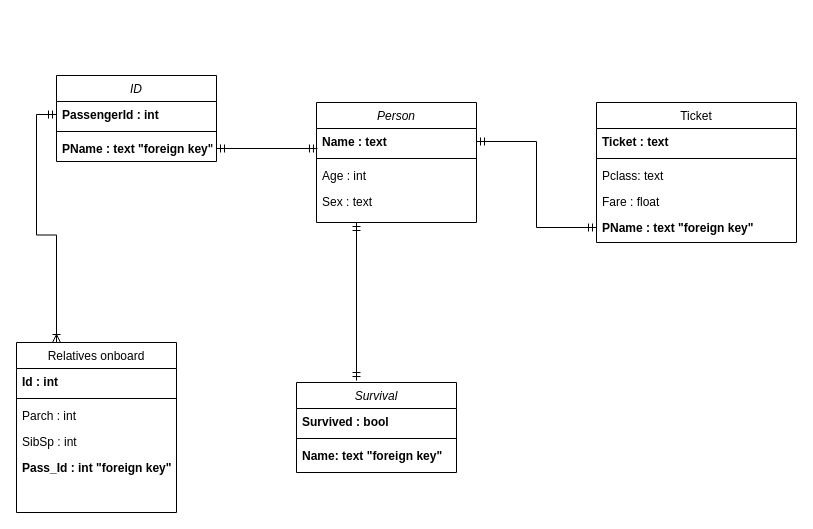
The draw.io diagram Ешефтшс.drawio in ivankondratyev/AI_Arch_IU, before the edit. Source tidied: cells renumbered, new cells numbered last; positions are measured from the earlier drawing's top-left corner, leaving out a move shared by most shapes. Both pictures are drawn from the tidied source at 100%, with x=0, y=0 at pixel (16, 75).
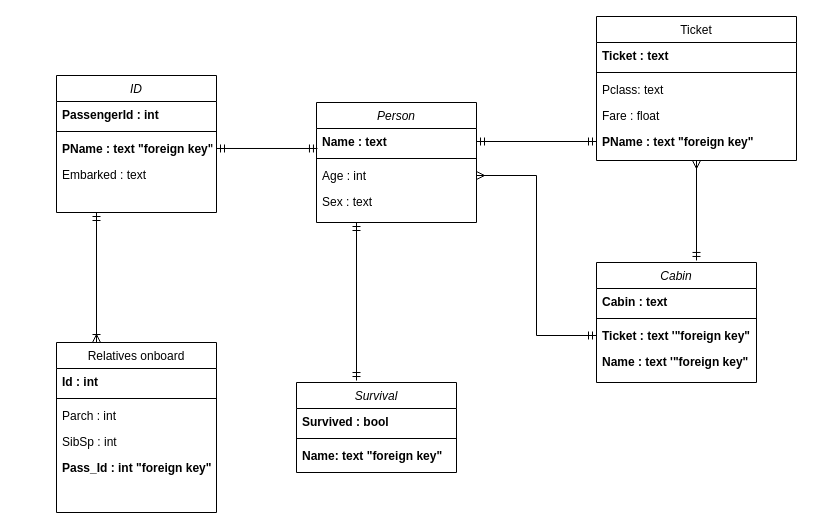
The same page after the edit.

Unchanged cells that the change refers to:
```xml
<mxCell id="6" value="Age : int" style="text;align=left;verticalAlign=top;spacingLeft=4;spacingRight=4;overflow=hidden;points=[[0,0.5],[1,0.5]];portConstraint=eastwest;rounded=0;shadow=0;html=0;" parent="3" vertex="1">
  <mxGeometry y="60" width="160" height="26" as="geometry" />
</mxCell>
<mxCell id="21" value="PassengerId : int" style="text;align=left;verticalAlign=top;spacingLeft=4;spacingRight=4;overflow=hidden;points=[[0,0.5],[1,0.5]];portConstraint=eastwest;rounded=0;shadow=0;html=0;fontStyle=1;" parent="20" vertex="1">
  <mxGeometry y="26" width="160" height="26" as="geometry" />
</mxCell>
```

What changed in the source:
```diff
@@
     <mxCell id="8" value="Relatives onboard" style="swimlane;fontStyle=0;align=center;verticalAlign=top;horizontal=1;startSize=26;rounded=0;shadow=0;strokeWidth=1;" parent="1" vertex="1">
-      <mxGeometry y="267" width="160" height="170" as="geometry" />
+      <mxGeometry x="40" y="267" width="160" height="170" as="geometry" />
     </mxCell>
@@
+    <mxCell id="31" style="edgeStyle=orthogonalEdgeStyle;rounded=0;jettySize=auto;html=1;exitX=0.5;exitY=1;exitDx=0;exitDy=0;entryX=0.625;entryY=-0.017;entryDx=0;entryDy=0;entryPerimeter=0;startArrow=ERmany;startFill=0;endArrow=ERmandOne;endFill=0;" parent="1" edge="1" source="14" target="33">
+      <mxGeometry relative="1" as="geometry" />
+    </mxCell>
     <mxCell id="14" value="Ticket" style="swimlane;fontStyle=0;align=center;verticalAlign=top;horizontal=1;startSize=26;rounded=0;shadow=0;strokeWidth=1;" parent="1" vertex="1">
-      <mxGeometry x="580" y="27" width="200" height="140" as="geometry" />
+      <mxGeometry x="580" y="-59" width="200" height="144" as="geometry" />
     </mxCell>
@@
     <mxCell id="20" value="ID" style="swimlane;fontStyle=2;align=center;verticalAlign=top;horizontal=1;startSize=26;rounded=0;shadow=0;strokeWidth=1;" parent="1" vertex="1">
-      <mxGeometry x="40" width="160" height="86" as="geometry" />
+      <mxGeometry x="40" width="160" height="137" as="geometry" />
     </mxCell>
@@
+    <mxCell id="32" value="Embarked : text" style="text;align=left;verticalAlign=top;spacingLeft=4;spacingRight=4;overflow=hidden;fontStyle=0;" parent="20" vertex="1">
+      <mxGeometry y="86" width="160" height="26" as="geometry" />
+    </mxCell>
@@
-    <mxCell id="29" style="edgeStyle=orthogonalEdgeStyle;rounded=0;jettySize=auto;html=1;exitX=0;exitY=0.5;exitDx=0;exitDy=0;entryX=0.25;entryY=0;entryDx=0;entryDy=0;startArrow=ERmandOne;startFill=0;endArrow=ERoneToMany;endFill=0;" parent="1" edge="1" source="21" target="8">
+    <mxCell id="29" style="edgeStyle=orthogonalEdgeStyle;rounded=0;jettySize=auto;html=1;exitX=0.25;exitY=1;exitDx=0;exitDy=0;entryX=0.25;entryY=0;entryDx=0;entryDy=0;startArrow=ERmandOne;startFill=0;endArrow=ERoneToMany;endFill=0;" parent="1" edge="1" source="20" target="8">
       <mxGeometry relative="1" as="geometry" />
     </mxCell>
@@
+    <mxCell id="33" value="Cabin" style="swimlane;fontStyle=2;align=center;verticalAlign=top;horizontal=1;startSize=26;rounded=0;shadow=0;strokeWidth=1;" parent="1" vertex="1">
+      <mxGeometry x="580" y="187" width="160" height="120" as="geometry" />
+    </mxCell>
+    <mxCell id="34" value="Cabin : text" style="text;align=left;verticalAlign=top;spacingLeft=4;spacingRight=4;overflow=hidden;fontStyle=1;" parent="33" vertex="1">
+      <mxGeometry y="26" width="160" height="26" as="geometry" />
+    </mxCell>
+    <mxCell id="35" style="line;html=1;strokeWidth=1;align=left;verticalAlign=middle;spacingTop=-1;spacingLeft=3;spacingRight=3;labelPosition=right;" parent="33" vertex="1">
+      <mxGeometry y="52" width="160" height="8" as="geometry" />
+    </mxCell>
+    <mxCell id="36" value="Ticket : text '&quot;foreign key&quot;" style="text;align=left;verticalAlign=top;spacingLeft=4;spacingRight=4;overflow=hidden;points=[[0,0.5],[1,0.5]];portConstraint=eastwest;rounded=0;shadow=0;html=0;fontStyle=1;" parent="33" vertex="1">
+      <mxGeometry y="60" width="160" height="26" as="geometry" />
+    </mxCell>
+    <mxCell id="37" value="Name : text '&quot;foreign key&quot;" style="text;align=left;verticalAlign=top;spacingLeft=4;spacingRight=4;overflow=hidden;rounded=0;shadow=0;html=0;fontStyle=1;" parent="33" vertex="1">
+      <mxGeometry y="86" width="160" height="26" as="geometry" />
+    </mxCell>
+    <mxCell id="38" style="edgeStyle=orthogonalEdgeStyle;rounded=0;jettySize=auto;html=1;exitX=1;exitY=0.5;exitDx=0;exitDy=0;entryX=0;entryY=0.5;entryDx=0;entryDy=0;startArrow=ERmany;startFill=0;endArrow=ERmandOne;endFill=0;" parent="1" edge="1" source="6" target="36">
+      <mxGeometry relative="1" as="geometry" />
+    </mxCell>
```
